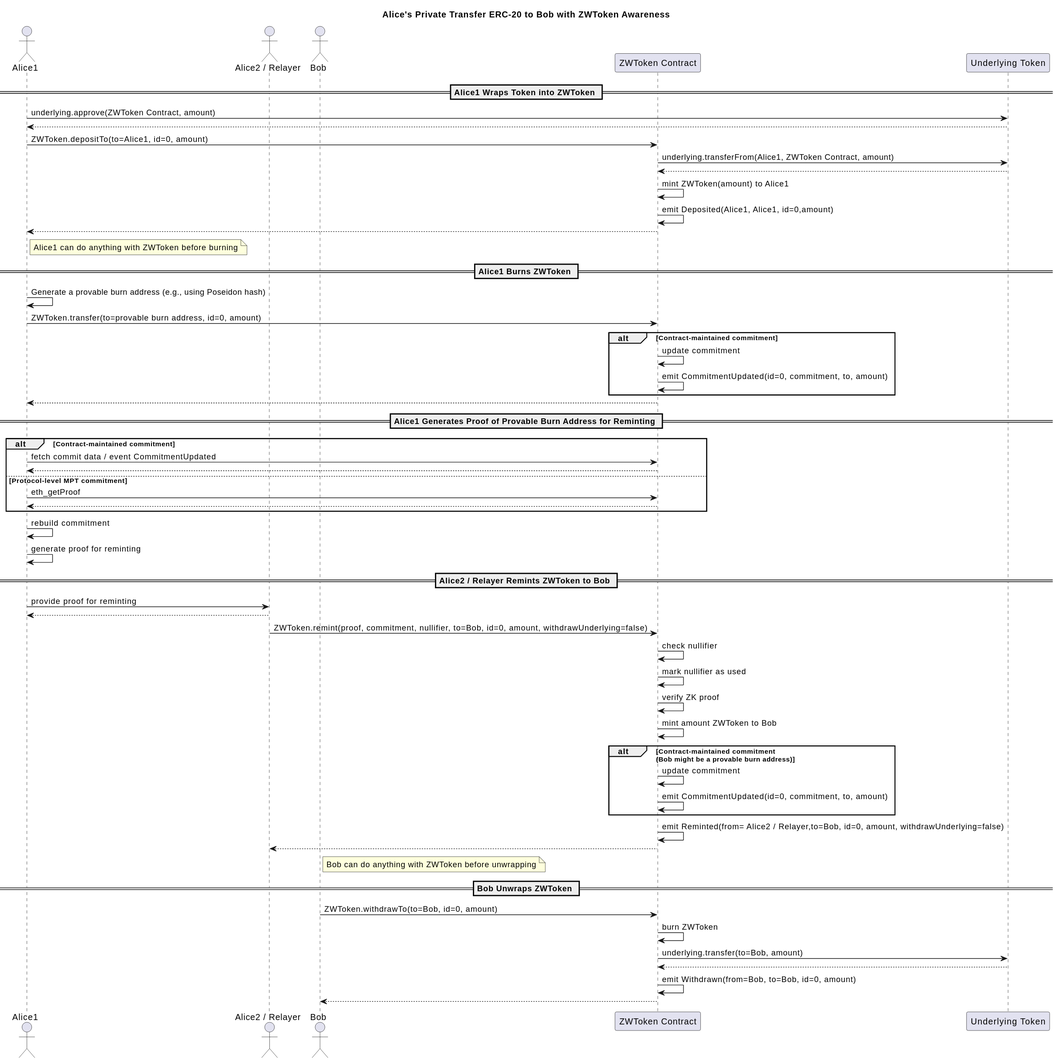
Earlier version of the PlantUML export assets/erc-8065/flow1.svg (ethereum/ERCs).
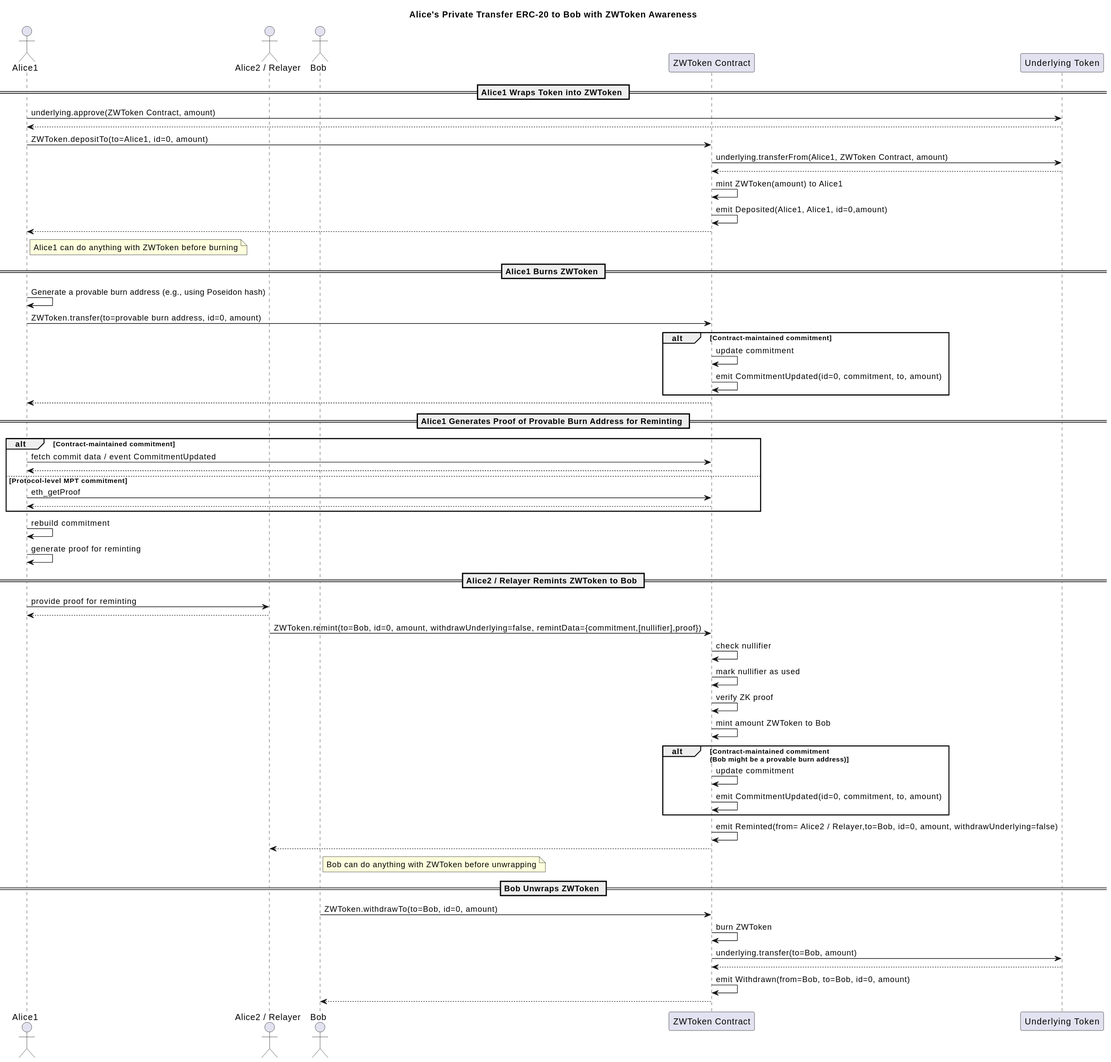
The same file after the commit.

Commit message:
Update ERC-8065: refactor remint

The edit, as a diff of the source:
```diff
@@ -42,7 +42,7 @@
 == Alice2 / Relayer Remints ZWToken to Bob ==
 Alice1 -> Alice2 : provide proof for reminting
 Alice1 <-- Alice2
-Alice2 -> ZW : ZWToken.remint(proof, commitment, nullifier, to=Bob, id=0, amount, withdrawUnderlying=false)
+Alice2 -> ZW : ZWToken.remint(to=Bob, id=0, amount, withdrawUnderlying=false, remintData={commitment,[nullifier],proof})
 ZW -> ZW : check nullifier
 ZW -> ZW : mark nullifier as used
 ZW -> ZW : verify ZK proof
```
